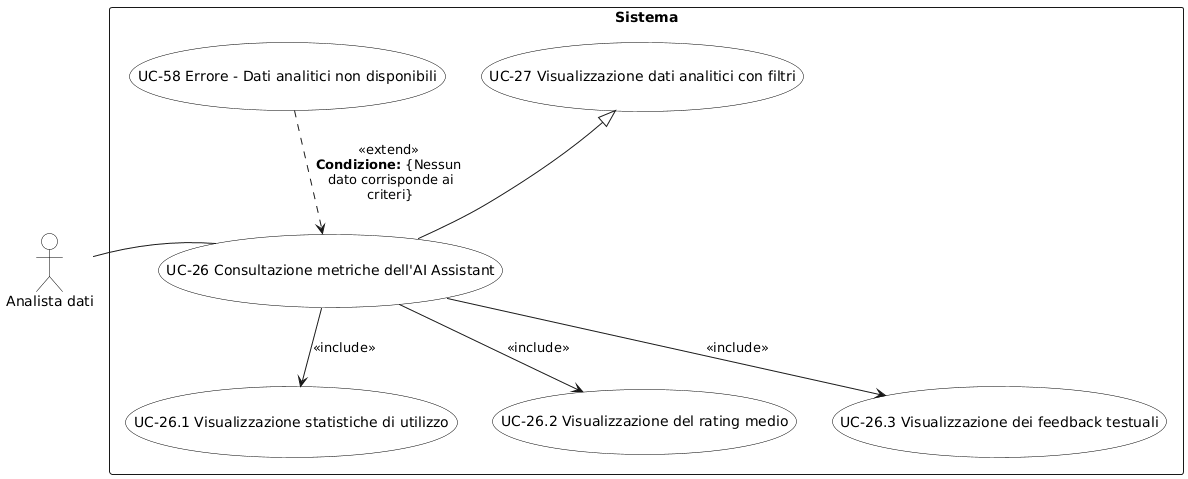
The PlantUML diagram RTB/Analisi dei Requisiti/diagrammi_use_case/UC-26.png in aLittleByte-19/Documentazione, before a commit. Source of this version:
```plantuml
@startuml
skinparam backgroundColor white
skinparam actor {
  BackgroundColor white
  BorderColor black
  FontColor black
}
skinparam usecase {
  BackgroundColor white
  BorderColor black
  FontColor black
}

actor "Analista dati" as A

rectangle "Sistema" {
  (UC-26 Consultazione metriche dell'AI Assistant) as UC26
  (UC-27 Visualizzazione dati analitici con filtri) as UC27
  (UC-58 Errore - Dati analitici non disponibili) as UC58
  (UC-26.1 Visualizzazione statistiche di utilizzo) as UC261
  (UC-26.2 Visualizzazione del rating medio) as UC262
  (UC-26.3 Visualizzazione dei feedback testuali) as UC263

  A --[hidden]r-- UC26
  UC26 -[hidden]up- UC58
  UC26 -[hidden]up- UC27
  UC26 -[hidden]down- UC261
  UC261 -[hidden]right- UC262
  UC262 -[hidden]right- UC263

  UC27 <|-- UC26

  UC58 ..> UC26 : <<extend>>\n**Condizione:** {Nessun\n dato corrisponde ai\n criteri}

  UC26 --> UC261 : <<include>>
  UC26 --> UC262 : <<include>>
  UC26 --> UC263 : <<include>>

  A - UC26
}
@enduml
```
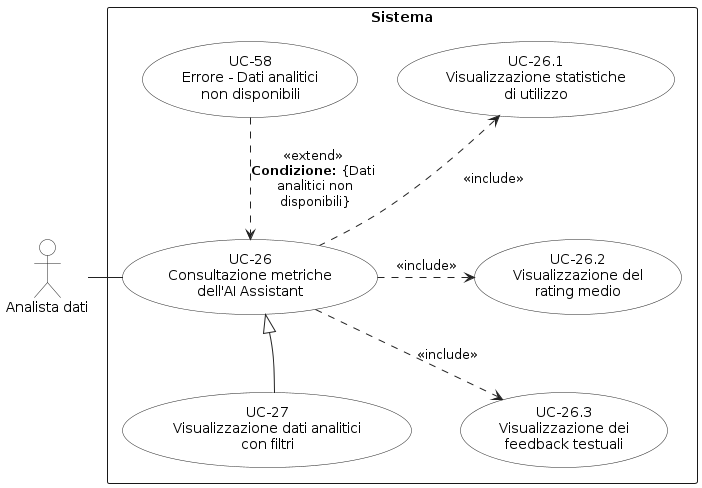
After the commit.

Diff of the diagram source:
```diff
@@ -1,41 +1,43 @@
 @startuml
+skinparam shadowing false
 skinparam backgroundColor white
+skinparam packageStyle rectangle
+
+skinparam usecase {
+BorderColor #222222
+BackgroundColor white
+ArrowColor #222222
+}
 skinparam actor {
-  BackgroundColor white
-  BorderColor black
-  FontColor black
-}
-skinparam usecase {
-  BackgroundColor white
-  BorderColor black
-  FontColor black
+BorderColor #222222
+BackgroundColor white
+ArrowColor #222222
 }
 
-actor "Analista dati" as A
+actor "Analista dati" as AD
 
 rectangle "Sistema" {
-  (UC-26 Consultazione metriche dell'AI Assistant) as UC26
-  (UC-27 Visualizzazione dati analitici con filtri) as UC27
-  (UC-58 Errore - Dati analitici non disponibili) as UC58
-  (UC-26.1 Visualizzazione statistiche di utilizzo) as UC261
-  (UC-26.2 Visualizzazione del rating medio) as UC262
-  (UC-26.3 Visualizzazione dei feedback testuali) as UC263
+usecase "UC-26\nConsultazione metriche\ndell'AI Assistant" as UC26
 
-  A --[hidden]r-- UC26
-  UC26 -[hidden]up- UC58
-  UC26 -[hidden]up- UC27
-  UC26 -[hidden]down- UC261
-  UC261 -[hidden]right- UC262
-  UC262 -[hidden]right- UC263
+usecase "UC-26.3\nVisualizzazione dei\nfeedback testuali" as UC263
+usecase "UC-26.2\nVisualizzazione del\nrating medio" as UC262
+usecase "UC-26.1\nVisualizzazione statistiche\ndi utilizzo" as UC261
 
-  UC27 <|-- UC26
+usecase "UC-27\nVisualizzazione dati analitici\ncon filtri" as UC27
+usecase "UC-58\nErrore - Dati analitici\nnon disponibili" as UC58
+}
 
-  UC58 ..> UC26 : <<extend>>\n**Condizione:** {Nessun\n dato corrisponde ai\n criteri}
+AD -right- UC26
 
-  UC26 --> UC261 : <<include>>
-  UC26 --> UC262 : <<include>>
-  UC26 --> UC263 : <<include>>
+UC26 .down.> UC263 : <<include>>
+UC26 .right.> UC262 : <<include>>
+UC26 .up.> UC261 : <<include>>
 
-  A - UC26
-}
+UC27 -[hidden]up-> UC26
+
+UC58 ..> UC26 : <<extend>>\n**Condizione:** {Dati\n analitici non\n disponibili}
+UC27 --|> UC26
+
+UC262 -[hidden]up- UC261
+UC262 -[hidden]down- UC263
 @enduml
```
